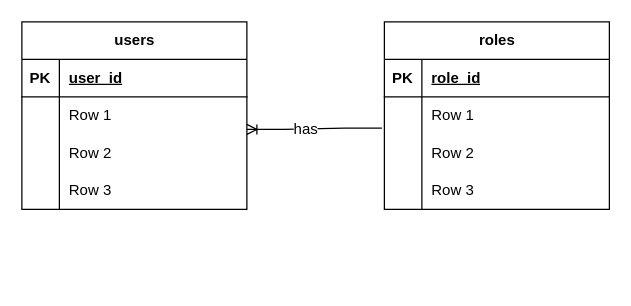
Above: page "ERD" (3 of 3) of docs/sys.drawio in klint-droid/EvaTrack (draw.io), before the change. Source tidied: cells renumbered, new cells numbered last; positions are measured from the earlier drawing's top-left corner, leaving out a move shared by most shapes. Both pictures are drawn from the tidied source at 125%, with x=0, y=0 at pixel (21, 21).
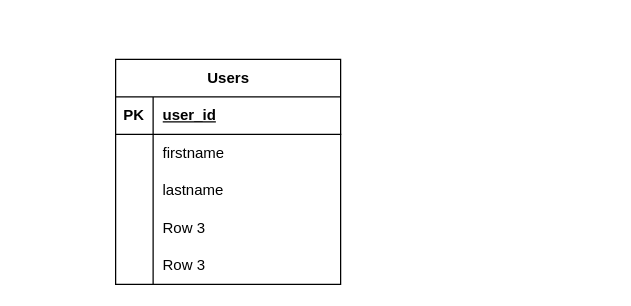
Above is the later version.

What changed in the source:
```diff
@@
-    <mxCell id="2" value="users" style="shape=table;startSize=30;childLayout=tableLayout;rowLines=0;fontStyle=1;align=center;html=1;" parent="1" vertex="1">
-      <mxGeometry width="180" height="150" as="geometry" />
-    </mxCell>
-    <mxCell id="3" style="shape=tableRow;horizontal=0;startSize=0;swimlaneHead=0;swimlaneBody=0;fillColor=none;top=0;left=0;right=0;bottom=1;" parent="2" vertex="1">
-      <mxGeometry y="30" width="180" height="30" as="geometry" />
-    </mxCell>
-    <mxCell id="4" value="PK" style="shape=partialRectangle;fillColor=none;top=0;left=0;bottom=0;right=0;fontStyle=1;overflow=hidden;whiteSpace=wrap;html=1;" parent="3" vertex="1">
-      <mxGeometry width="30" height="30" as="geometry" />
-    </mxCell>
+    <mxCell id="30" value="Users" style="shape=table;startSize=30;childLayout=tableLayout;rowLines=0;fontStyle=1;align=center;html=1;" parent="1" vertex="1">
+      <mxGeometry x="75" y="30" width="180" height="180" as="geometry" />
+    </mxCell>
+    <mxCell id="31" style="shape=tableRow;horizontal=0;startSize=0;swimlaneHead=0;swimlaneBody=0;fillColor=none;top=0;left=0;right=0;bottom=1;" parent="30" vertex="1">
+      <mxGeometry y="30" width="180" height="30" as="geometry" />
+    </mxCell>
+    <mxCell id="32" value="PK" style="shape=partialRectangle;fillColor=none;top=0;left=0;bottom=0;right=0;fontStyle=1;overflow=hidden;whiteSpace=wrap;html=1;" parent="31" vertex="1">
+      <mxGeometry width="30" height="30" as="geometry" />
+    </mxCell>
-    <mxCell id="5" value="user_id" style="shape=partialRectangle;fillColor=none;top=0;left=0;bottom=0;right=0;align=left;spacingLeft=6;fontStyle=5;overflow=hidden;whiteSpace=wrap;html=1;" parent="3" vertex="1">
+    <mxCell id="5" value="user_id" style="shape=partialRectangle;fillColor=none;top=0;left=0;bottom=0;right=0;align=left;spacingLeft=6;fontStyle=5;overflow=hidden;whiteSpace=wrap;html=1;" parent="31" vertex="1">
       <mxGeometry x="30" width="150" height="30" as="geometry" />
     </mxCell>
-    <mxCell id="6" style="shape=tableRow;horizontal=0;startSize=0;swimlaneHead=0;swimlaneBody=0;fillColor=none;points=[[0,0.5],[1,0.5]];portConstraint=eastwest;top=0;left=0;right=0;bottom=0;" parent="2" vertex="1">
-      <mxGeometry y="60" width="180" height="30" as="geometry" />
-    </mxCell>
-    <mxCell id="7" style="shape=partialRectangle;fillColor=none;top=0;left=0;bottom=0;right=0;overflow=hidden;whiteSpace=wrap;html=1;" parent="6" vertex="1">
-      <mxGeometry width="30" height="30" as="geometry" />
-    </mxCell>
-    <mxCell id="8" value="Row 1" style="shape=partialRectangle;fillColor=none;top=0;left=0;bottom=0;right=0;align=left;spacingLeft=6;overflow=hidden;whiteSpace=wrap;html=1;" parent="6" vertex="1">
-      <mxGeometry x="30" width="150" height="30" as="geometry" />
-    </mxCell>
-    <mxCell id="9" style="shape=tableRow;horizontal=0;startSize=0;swimlaneHead=0;swimlaneBody=0;fillColor=none;top=0;left=0;right=0;bottom=0;" parent="2" vertex="1">
-      <mxGeometry y="90" width="180" height="30" as="geometry" />
-    </mxCell>
-    <mxCell id="10" style="shape=partialRectangle;fillColor=none;top=0;left=0;bottom=0;right=0;overflow=hidden;whiteSpace=wrap;html=1;" parent="9" vertex="1">
-      <mxGeometry width="30" height="30" as="geometry" />
-    </mxCell>
-    <mxCell id="11" value="Row 2" style="shape=partialRectangle;fillColor=none;top=0;left=0;bottom=0;right=0;align=left;spacingLeft=6;overflow=hidden;whiteSpace=wrap;html=1;" parent="9" vertex="1">
-      <mxGeometry x="30" width="150" height="30" as="geometry" />
-    </mxCell>
-    <mxCell id="12" style="shape=tableRow;horizontal=0;startSize=0;swimlaneHead=0;swimlaneBody=0;fillColor=none;top=0;left=0;right=0;bottom=0;" parent="2" vertex="1">
-      <mxGeometry y="120" width="180" height="30" as="geometry" />
-    </mxCell>
-    <mxCell id="13" style="shape=partialRectangle;fillColor=none;top=0;left=0;bottom=0;right=0;overflow=hidden;whiteSpace=wrap;html=1;" parent="12" vertex="1">
-      <mxGeometry width="30" height="30" as="geometry" />
-    </mxCell>
-    <mxCell id="14" value="Row 3" style="shape=partialRectangle;fillColor=none;top=0;left=0;bottom=0;right=0;align=left;spacingLeft=6;overflow=hidden;whiteSpace=wrap;html=1;" parent="12" vertex="1">
-      <mxGeometry x="30" width="150" height="30" as="geometry" />
-    </mxCell>
-    <mxCell id="15" value="roles" style="shape=table;startSize=30;childLayout=tableLayout;rowLines=0;fontStyle=1;align=center;html=1;" parent="1" vertex="1">
-      <mxGeometry x="290" width="180" height="150" as="geometry" />
-    </mxCell>
-    <mxCell id="16" style="shape=tableRow;horizontal=0;startSize=0;swimlaneHead=0;swimlaneBody=0;fillColor=none;top=0;left=0;right=0;bottom=1;" parent="15" vertex="1">
-      <mxGeometry y="30" width="180" height="30" as="geometry" />
-    </mxCell>
-    <mxCell id="17" value="PK" style="shape=partialRectangle;fillColor=none;top=0;left=0;bottom=0;right=0;fontStyle=1;overflow=hidden;whiteSpace=wrap;html=1;" parent="16" vertex="1">
-      <mxGeometry width="30" height="30" as="geometry" />
-    </mxCell>
-    <mxCell id="18" value="role_id" style="shape=partialRectangle;fillColor=none;top=0;left=0;bottom=0;right=0;align=left;spacingLeft=6;fontStyle=5;overflow=hidden;whiteSpace=wrap;html=1;" parent="16" vertex="1">
-      <mxGeometry x="30" width="150" height="30" as="geometry" />
-    </mxCell>
-    <mxCell id="19" style="shape=tableRow;horizontal=0;startSize=0;swimlaneHead=0;swimlaneBody=0;fillColor=none;points=[[0,0.5],[1,0.5]];portConstraint=eastwest;top=0;left=0;right=0;bottom=0;" parent="15" vertex="1">
-      <mxGeometry y="60" width="180" height="30" as="geometry" />
-    </mxCell>
-    <mxCell id="20" style="shape=partialRectangle;fillColor=none;top=0;left=0;bottom=0;right=0;overflow=hidden;whiteSpace=wrap;html=1;" parent="19" vertex="1">
-      <mxGeometry width="30" height="30" as="geometry" />
-    </mxCell>
-    <mxCell id="21" value="Row 1" style="shape=partialRectangle;fillColor=none;top=0;left=0;bottom=0;right=0;align=left;spacingLeft=6;overflow=hidden;whiteSpace=wrap;html=1;" parent="19" vertex="1">
-      <mxGeometry x="30" width="150" height="30" as="geometry" />
-    </mxCell>
-    <mxCell id="22" style="shape=tableRow;horizontal=0;startSize=0;swimlaneHead=0;swimlaneBody=0;fillColor=none;top=0;left=0;right=0;bottom=0;" parent="15" vertex="1">
-      <mxGeometry y="90" width="180" height="30" as="geometry" />
-    </mxCell>
-    <mxCell id="23" style="shape=partialRectangle;fillColor=none;top=0;left=0;bottom=0;right=0;overflow=hidden;whiteSpace=wrap;html=1;" parent="22" vertex="1">
-      <mxGeometry width="30" height="30" as="geometry" />
-    </mxCell>
-    <mxCell id="24" value="Row 2" style="shape=partialRectangle;fillColor=none;top=0;left=0;bottom=0;right=0;align=left;spacingLeft=6;overflow=hidden;whiteSpace=wrap;html=1;" parent="22" vertex="1">
-      <mxGeometry x="30" width="150" height="30" as="geometry" />
-    </mxCell>
-    <mxCell id="25" style="shape=tableRow;horizontal=0;startSize=0;swimlaneHead=0;swimlaneBody=0;fillColor=none;top=0;left=0;right=0;bottom=0;" parent="15" vertex="1">
-      <mxGeometry y="120" width="180" height="30" as="geometry" />
-    </mxCell>
-    <mxCell id="26" style="shape=partialRectangle;fillColor=none;top=0;left=0;bottom=0;right=0;overflow=hidden;whiteSpace=wrap;html=1;" parent="25" vertex="1">
-      <mxGeometry width="30" height="30" as="geometry" />
-    </mxCell>
-    <mxCell id="27" value="Row 3" style="shape=partialRectangle;fillColor=none;top=0;left=0;bottom=0;right=0;align=left;spacingLeft=6;overflow=hidden;whiteSpace=wrap;html=1;" parent="25" vertex="1">
-      <mxGeometry x="30" width="150" height="30" as="geometry" />
-    </mxCell>
-    <mxCell id="28" style="edgeStyle=entityRelationEdgeStyle;fontSize=12;html=1;endArrow=ERoneToMany;rounded=0;defaultLabelBackgroundColor=page;labelPadding=0 4;exitX=-0.011;exitY=0.833;exitDx=0;exitDy=0;entryX=1;entryY=0.867;entryDx=0;entryDy=0;entryPerimeter=0;exitPerimeter=0;" parent="1" edge="1" source="19" target="6">
-      <mxGeometry x="0.12" relative="1" as="geometry" />
-    </mxCell>
-    <mxCell id="29" value="has" style="edgeLabel;html=1;align=center;verticalAlign=middle;inheritText=1;fontSize=12;defaultLabelBackgroundColor=page;labelPadding=0 4;" parent="28" vertex="1">
-      <mxGeometry x="0.15" relative="1" as="geometry" />
-    </mxCell>
+    <mxCell id="33" style="shape=tableRow;horizontal=0;startSize=0;swimlaneHead=0;swimlaneBody=0;fillColor=none;top=0;left=0;right=0;bottom=0;" parent="30" vertex="1">
+      <mxGeometry y="60" width="180" height="30" as="geometry" />
+    </mxCell>
+    <mxCell id="34" style="shape=partialRectangle;fillColor=none;top=0;left=0;bottom=0;right=0;overflow=hidden;whiteSpace=wrap;html=1;" parent="33" vertex="1">
+      <mxGeometry width="30" height="30" as="geometry" />
+    </mxCell>
+    <mxCell id="35" value="firstname" style="shape=partialRectangle;fillColor=none;top=0;left=0;bottom=0;right=0;align=left;spacingLeft=6;overflow=hidden;whiteSpace=wrap;html=1;" parent="33" vertex="1">
+      <mxGeometry x="30" width="150" height="30" as="geometry" />
+    </mxCell>
+    <mxCell id="36" style="shape=tableRow;horizontal=0;startSize=0;swimlaneHead=0;swimlaneBody=0;fillColor=none;top=0;left=0;right=0;bottom=0;" parent="30" vertex="1">
+      <mxGeometry y="90" width="180" height="30" as="geometry" />
+    </mxCell>
+    <mxCell id="37" style="shape=partialRectangle;fillColor=none;top=0;left=0;bottom=0;right=0;overflow=hidden;whiteSpace=wrap;html=1;" parent="36" vertex="1">
+      <mxGeometry width="30" height="30" as="geometry" />
+    </mxCell>
+    <mxCell id="38" value="lastname" style="shape=partialRectangle;fillColor=none;top=0;left=0;bottom=0;right=0;align=left;spacingLeft=6;overflow=hidden;whiteSpace=wrap;html=1;" parent="36" vertex="1">
+      <mxGeometry x="30" width="150" height="30" as="geometry" />
+    </mxCell>
+    <mxCell id="39" style="shape=tableRow;horizontal=0;startSize=0;swimlaneHead=0;swimlaneBody=0;fillColor=none;top=0;left=0;right=0;bottom=0;" parent="30" vertex="1">
+      <mxGeometry y="120" width="180" height="30" as="geometry" />
+    </mxCell>
+    <mxCell id="40" style="shape=partialRectangle;fillColor=none;top=0;left=0;bottom=0;right=0;overflow=hidden;whiteSpace=wrap;html=1;" parent="39" vertex="1">
+      <mxGeometry width="30" height="30" as="geometry" />
+    </mxCell>
+    <mxCell id="41" value="Row 3" style="shape=partialRectangle;fillColor=none;top=0;left=0;bottom=0;right=0;align=left;spacingLeft=6;overflow=hidden;whiteSpace=wrap;html=1;" parent="39" vertex="1">
+      <mxGeometry x="30" width="150" height="30" as="geometry" />
+    </mxCell>
+    <mxCell id="42" style="shape=tableRow;horizontal=0;startSize=0;swimlaneHead=0;swimlaneBody=0;fillColor=none;top=0;left=0;right=0;bottom=0;" parent="30" vertex="1">
+      <mxGeometry y="150" width="180" height="30" as="geometry" />
+    </mxCell>
+    <mxCell id="43" style="shape=partialRectangle;fillColor=none;top=0;left=0;bottom=0;right=0;overflow=hidden;whiteSpace=wrap;html=1;" parent="42" vertex="1">
+      <mxGeometry width="30" height="30" as="geometry" />
+    </mxCell>
+    <mxCell id="44" value="Row 3" style="shape=partialRectangle;fillColor=none;top=0;left=0;bottom=0;right=0;align=left;spacingLeft=6;overflow=hidden;whiteSpace=wrap;html=1;" parent="42" vertex="1">
+      <mxGeometry x="30" width="150" height="30" as="geometry" />
+    </mxCell>
```
